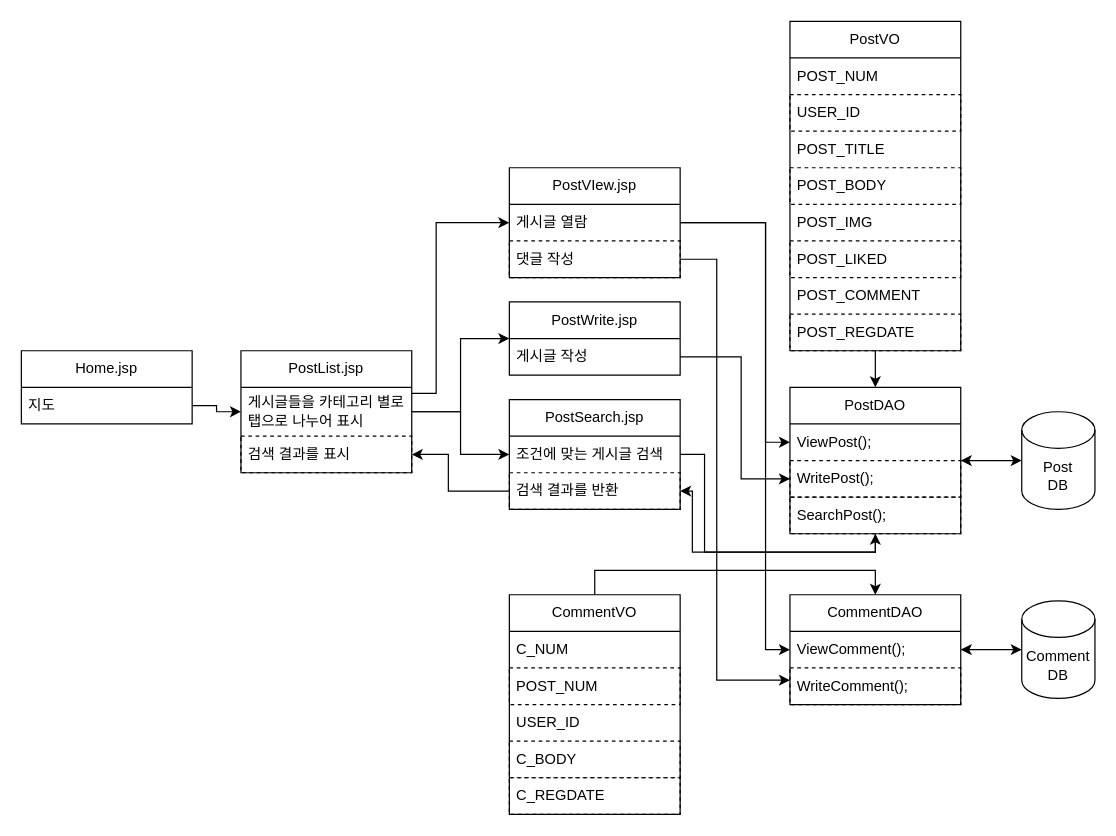
This is diagram/Post.drawio from kr1124/DessertHub, a draw.io file, before an edit. Source tidied: cells renumbered, new cells numbered last; positions are measured from the earlier drawing's top-left corner, leaving out a move shared by most shapes. Both pictures are drawn from the tidied source at 122%, with x=0, y=0 at pixel (21, 21).
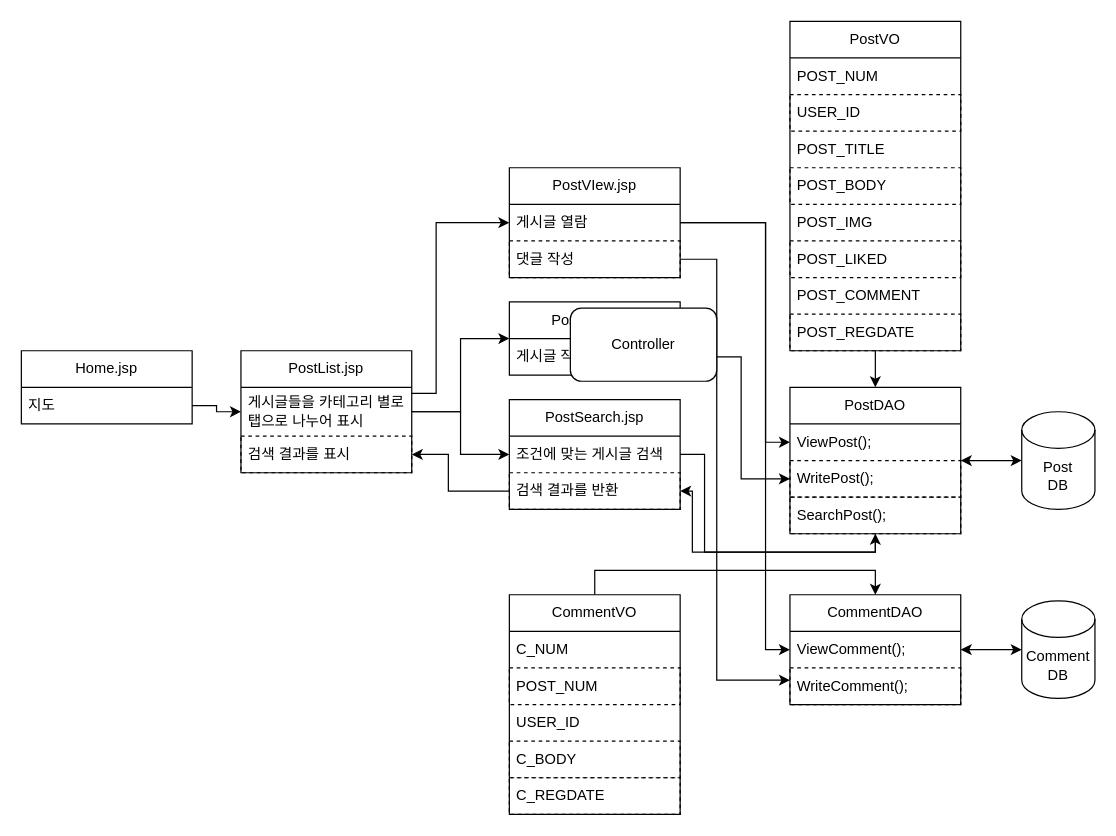
Above is the later version.

The edit, as a diff of the source:
```diff
@@
+    <mxCell id="54" value="Controller" style="rounded=1;whiteSpace=wrap;html=1;" parent="1" vertex="1">
+      <mxGeometry x="450" y="235" width="120" height="60" as="geometry" />
+    </mxCell>
```
